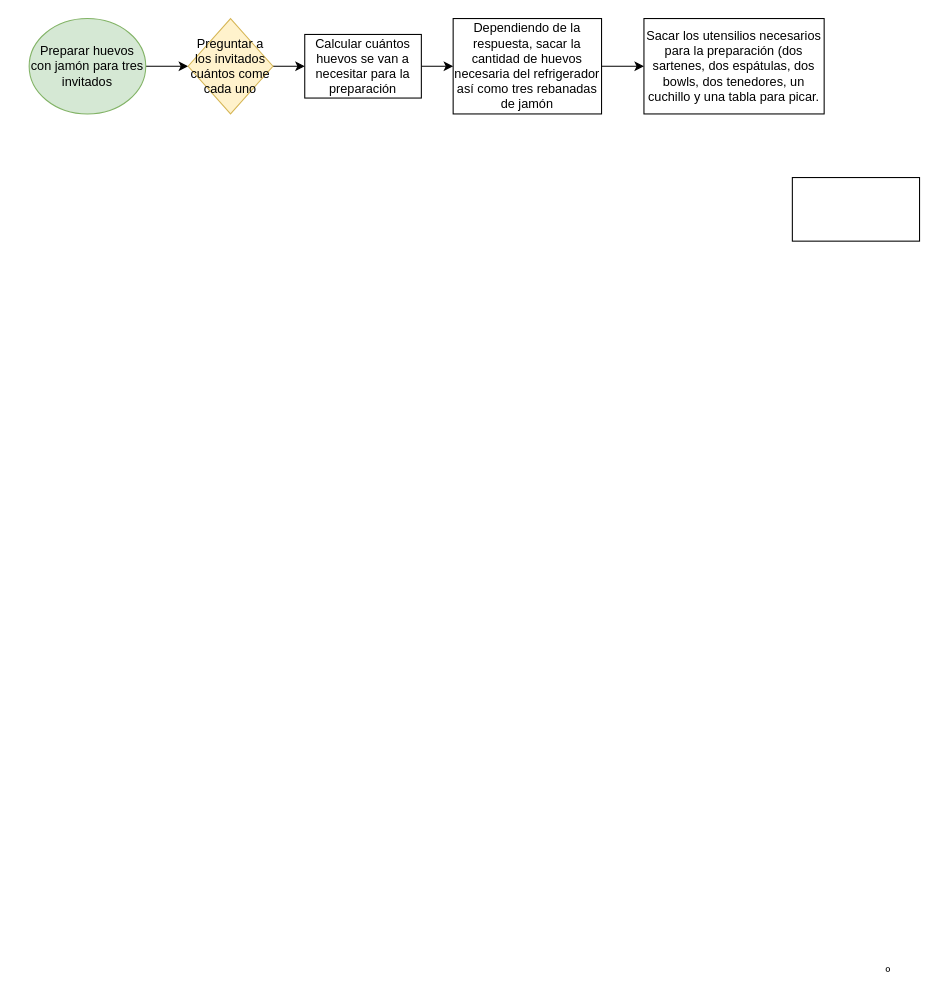
Before: Untitled Diagram.drawio in missphoneme/ejercicios-kodemia, a draw.io diagram. Source tidied: cells renumbered, new cells numbered last; positions are measured from the earlier drawing's top-left corner, leaving out a move shared by most shapes. Both pictures are drawn from the tidied source at 106%, with x=0, y=0 at pixel (29, 18).
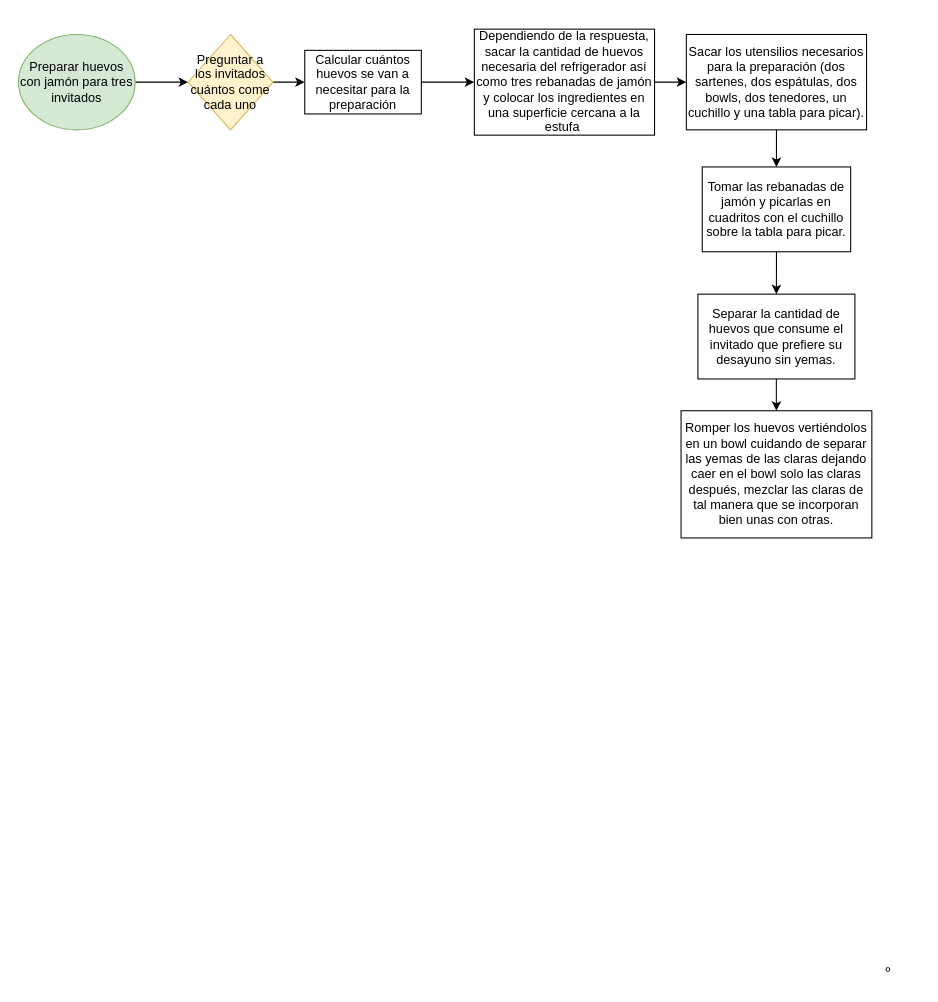
The same page after the edit.

The edit, as a diff of the source:
```diff
@@
 <mxGraphModel>
   <root>
     <mxCell id="0" />
     <mxCell id="1" parent="0" />
     <mxCell id="2" value="º" style="text;html=1;align=center;verticalAlign=middle;" parent="1" vertex="1">
       <mxGeometry x="800" y="890" width="20" height="20" as="geometry" />
     </mxCell>
     <mxCell id="3" style="edgeStyle=orthogonalEdgeStyle;rounded=0;jettySize=auto;html=1;entryX=0;entryY=0.5;entryDx=0;entryDy=0;" parent="1" edge="1" source="4" target="6">
       <mxGeometry relative="1" as="geometry" />
     </mxCell>
     <mxCell id="4" value="Preparar huevos con jamón para tres invitados" style="ellipse;whiteSpace=wrap;html=1;fillColor=#d5e8d4;strokeColor=#82b366;" parent="1" vertex="1">
-      <mxGeometry width="110" height="90" as="geometry" />
+      <mxGeometry x="-10" y="15" width="110" height="90" as="geometry" />
     </mxCell>
     <mxCell id="5" style="edgeStyle=orthogonalEdgeStyle;rounded=0;jettySize=auto;html=1;entryX=0;entryY=0.5;entryDx=0;entryDy=0;" parent="1" edge="1" source="6" target="8">
       <mxGeometry relative="1" as="geometry" />
     </mxCell>
     <mxCell id="6" value="Preguntar a los invitados cuántos come cada uno" style="rhombus;whiteSpace=wrap;html=1;fillColor=#fff2cc;strokeColor=#d6b656;" parent="1" vertex="1">
-      <mxGeometry x="150" width="80" height="90" as="geometry" />
+      <mxGeometry x="150" y="15" width="80" height="90" as="geometry" />
     </mxCell>
     <mxCell id="7" style="edgeStyle=orthogonalEdgeStyle;rounded=0;jettySize=auto;html=1;entryX=0;entryY=0.5;entryDx=0;entryDy=0;" parent="1" edge="1" source="8" target="10">
       <mxGeometry relative="1" as="geometry" />
     </mxCell>
     <mxCell id="8" value="Calcular cuántos huevos se van a necesitar para la preparación" style="rounded=0;whiteSpace=wrap;html=1;" parent="1" vertex="1">
-      <mxGeometry x="260" y="15" width="110" height="60" as="geometry" />
+      <mxGeometry x="260" y="30" width="110" height="60" as="geometry" />
     </mxCell>
     <mxCell id="9" style="edgeStyle=orthogonalEdgeStyle;rounded=0;jettySize=auto;html=1;entryX=0;entryY=0.5;entryDx=0;entryDy=0;" parent="1" edge="1" source="10" target="11">
       <mxGeometry relative="1" as="geometry" />
     </mxCell>
-    <mxCell id="10" value="Dependiendo de la respuesta, sacar la cantidad de huevos necesaria del refrigerador así como tres rebanadas de jamón" style="rounded=0;whiteSpace=wrap;html=1;" parent="1" vertex="1">
-      <mxGeometry x="400" width="140" height="90" as="geometry" />
+    <mxCell id="10" value="Dependiendo de la respuesta, sacar la cantidad de huevos necesaria del refrigerador así como tres rebanadas de jamón y colocar los ingredientes en una superficie cercana a la estufa&amp;nbsp;" style="rounded=0;whiteSpace=wrap;html=1;" parent="1" vertex="1">
+      <mxGeometry x="420" y="10" width="170" height="100" as="geometry" />
     </mxCell>
+    <mxCell id="13" style="edgeStyle=orthogonalEdgeStyle;rounded=0;jettySize=auto;html=1;entryX=0.5;entryY=0;entryDx=0;entryDy=0;" parent="1" edge="1" source="11" target="12">
+      <mxGeometry relative="1" as="geometry" />
+    </mxCell>
-    <mxCell id="11" value="Sacar los utensilios necesarios para la preparación (dos sartenes, dos espátulas, dos bowls, dos tenedores, un cuchillo y una tabla para picar." style="rounded=0;whiteSpace=wrap;html=1;" parent="1" vertex="1">
-      <mxGeometry x="580" width="170" height="90" as="geometry" />
+    <mxCell id="11" value="Sacar los utensilios necesarios para la preparación (dos sartenes, dos espátulas, dos bowls, dos tenedores, un cuchillo y una tabla para picar)." style="rounded=0;whiteSpace=wrap;html=1;" parent="1" vertex="1">
+      <mxGeometry x="620" y="15" width="170" height="90" as="geometry" />
     </mxCell>
+    <mxCell id="14" style="edgeStyle=orthogonalEdgeStyle;rounded=0;jettySize=auto;html=1;" parent="1" edge="1" source="12" target="16">
+      <mxGeometry relative="1" as="geometry" />
+    </mxCell>
-    <mxCell id="12" style="rounded=0;whiteSpace=wrap;html=1;" parent="1" vertex="1">
-      <mxGeometry x="720" y="150" width="120" height="60" as="geometry" />
+    <mxCell id="12" value="Tomar las rebanadas de jamón y picarlas en cuadritos con el cuchillo sobre la tabla para picar." style="rounded=0;whiteSpace=wrap;html=1;" parent="1" vertex="1">
+      <mxGeometry x="635" y="140" width="140" height="80" as="geometry" />
     </mxCell>
+    <mxCell id="15" style="edgeStyle=orthogonalEdgeStyle;rounded=0;jettySize=auto;html=1;entryX=0.5;entryY=0;entryDx=0;entryDy=0;" parent="1" edge="1" source="16" target="17">
+      <mxGeometry relative="1" as="geometry" />
+    </mxCell>
+    <mxCell id="16" value="Separar la cantidad de huevos que consume el invitado que prefiere su desayuno sin yemas." style="rounded=0;whiteSpace=wrap;html=1;" parent="1" vertex="1">
+      <mxGeometry x="630.9" y="260" width="148.1" height="80" as="geometry" />
+    </mxCell>
+    <mxCell id="17" value="&lt;span&gt;Romper los huevos vertiéndolos en un bowl cuidando de separar las yemas de las claras dejando caer en el bowl solo las claras después, mezclar las claras de tal manera que se&amp;nbsp;incorporan bien unas con otras.&lt;/span&gt;" style="rounded=0;whiteSpace=wrap;html=1;" parent="1" vertex="1">
+      <mxGeometry x="615" y="370" width="180" height="120" as="geometry" />
+    </mxCell>
   </root>
 </mxGraphModel>
```
